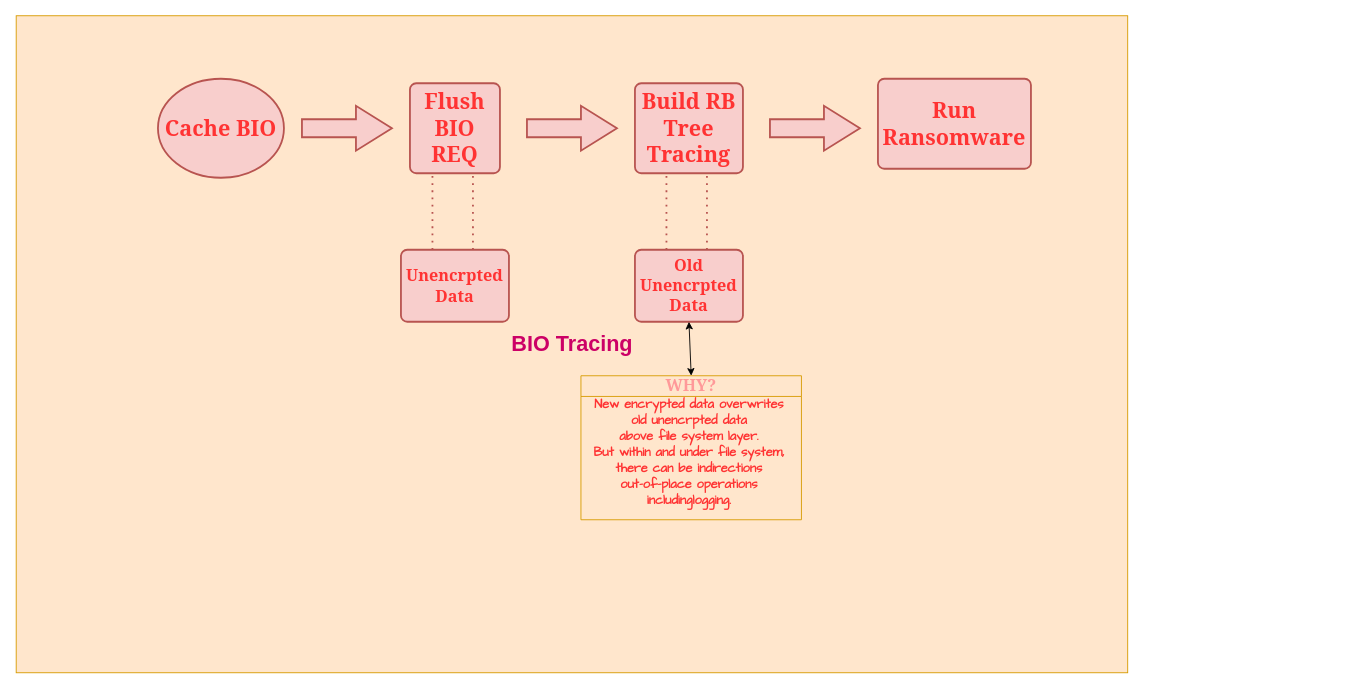
MooMooHorse/ransomware_set keeps this draw.io diagram as imgs/Untitled Diagram.drawio. Above is the earlier version. Source tidied: cells renumbered, new cells numbered last; positions are measured from the earlier drawing's top-left corner, leaving out a move shared by most shapes. Both pictures are drawn from the tidied source at 90%, with x=0, y=0 at pixel (15, 15).
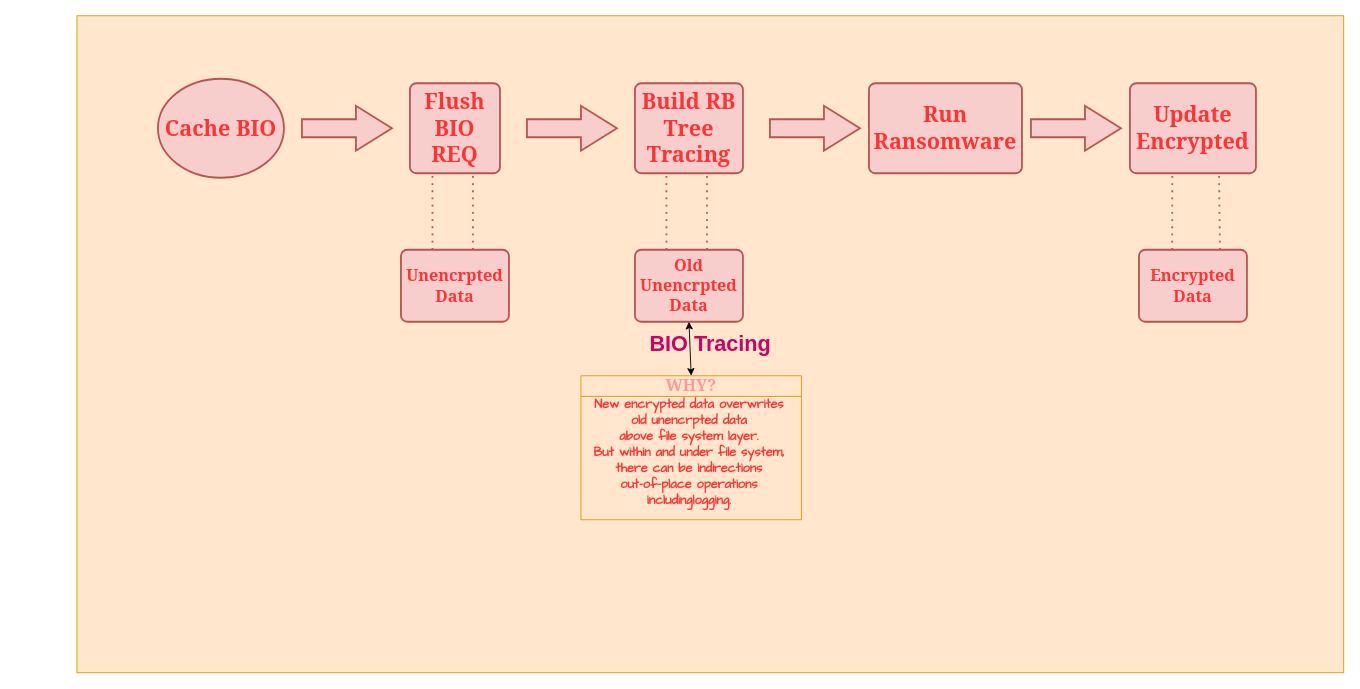
The same page after the edit.

Diff of the diagram source:
```diff
@@
     <mxCell id="2" value="&lt;h1&gt;&lt;font color=&quot;#cc0066&quot;&gt;BIO Tracing&lt;/font&gt;&lt;/h1&gt;" style="rounded=0;whiteSpace=wrap;html=1;fillColor=#ffe6cc;strokeColor=#d79b00;" parent="1" vertex="1">
-      <mxGeometry x="0.5" width="1235" height="730" as="geometry" />
+      <mxGeometry x="68" width="1407.5" height="730" as="geometry" />
     </mxCell>
@@
     <mxCell id="18" value="&lt;h1&gt;&lt;font color=&quot;#ff3333&quot; face=&quot;Georgia&quot;&gt;Run Ransomware&lt;/font&gt;&lt;/h1&gt;" style="rounded=1;whiteSpace=wrap;html=1;absoluteArcSize=1;arcSize=14;strokeWidth=2;fillColor=#f8cecc;strokeColor=#b85450;" parent="1" vertex="1">
-      <mxGeometry x="958" y="70" width="170" height="100" as="geometry" />
+      <mxGeometry x="948" y="75" width="170" height="100" as="geometry" />
     </mxCell>
+    <mxCell id="19" value="&lt;h1&gt;&lt;font color=&quot;#ff3333&quot; face=&quot;Georgia&quot;&gt;Update Encrypted&lt;/font&gt;&lt;/h1&gt;" style="rounded=1;whiteSpace=wrap;html=1;absoluteArcSize=1;arcSize=14;strokeWidth=2;fillColor=#f8cecc;strokeColor=#b85450;" parent="1" vertex="1">
+      <mxGeometry x="1238" y="75" width="140" height="100" as="geometry" />
+    </mxCell>
+    <mxCell id="20" style="endArrow=none;dashed=1;html=1;dashPattern=1 3;strokeWidth=2;rounded=0;fillColor=#f8cecc;strokeColor=#b85450;exitX=0.308;exitY=0;exitDx=0;exitDy=0;exitPerimeter=0;entryX=0.336;entryY=1;entryDx=0;entryDy=0;entryPerimeter=0;" parent="1" edge="1" source="22" target="19">
+      <mxGeometry relative="1" as="geometry" />
+    </mxCell>
+    <mxCell id="21" style="endArrow=none;dashed=1;html=1;dashPattern=1 3;strokeWidth=2;rounded=0;fillColor=#f8cecc;strokeColor=#b85450;exitX=0.75;exitY=0;exitDx=0;exitDy=0;entryX=0.707;entryY=1.01;entryDx=0;entryDy=0;entryPerimeter=0;" parent="1" edge="1" source="22" target="19">
+      <mxGeometry relative="1" as="geometry" />
+    </mxCell>
+    <mxCell id="22" value="&lt;h2&gt;&lt;font color=&quot;#ff3333&quot; face=&quot;Georgia&quot;&gt;Encrypted Data&lt;/font&gt;&lt;/h2&gt;" style="rounded=1;whiteSpace=wrap;html=1;absoluteArcSize=1;arcSize=14;strokeWidth=2;fillColor=#f8cecc;strokeColor=#b85450;" parent="1" vertex="1">
+      <mxGeometry x="1248" y="260" width="120" height="80" as="geometry" />
+    </mxCell>
+    <mxCell id="23" style="verticalLabelPosition=bottom;verticalAlign=top;html=1;strokeWidth=2;shape=mxgraph.arrows2.arrow;dy=0.6;dx=40;notch=0;fillColor=#f8cecc;strokeColor=#b85450;" parent="1" vertex="1">
+      <mxGeometry x="1128" y="100" width="100" height="50" as="geometry" />
+    </mxCell>
```
